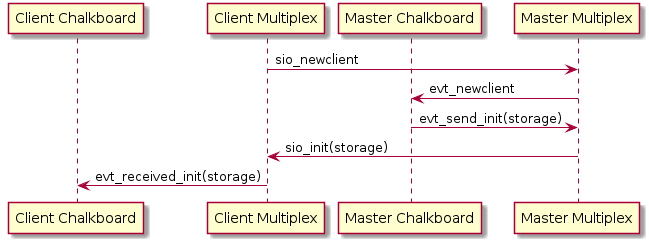
Earlier version of the PlantUML export mplex.png (cerisara/multiplex).
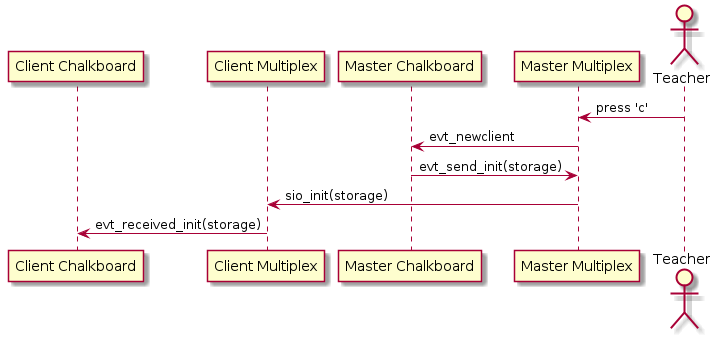
Later version of the same file.

Change to the diagram source:
```diff
@@ -3,8 +3,9 @@
 participant "Client Multiplex" as CM
 participant "Master Chalkboard" as MC
 participant "Master Multiplex" as MM
+actor "Teacher" as T
 
-CM -> MM: sio_newclient
+T -> MM: press 'c'
 MM -> MC: evt_newclient
 MC -> MM: evt_send_init(storage)
 MM -> CM: sio_init(storage)
```
